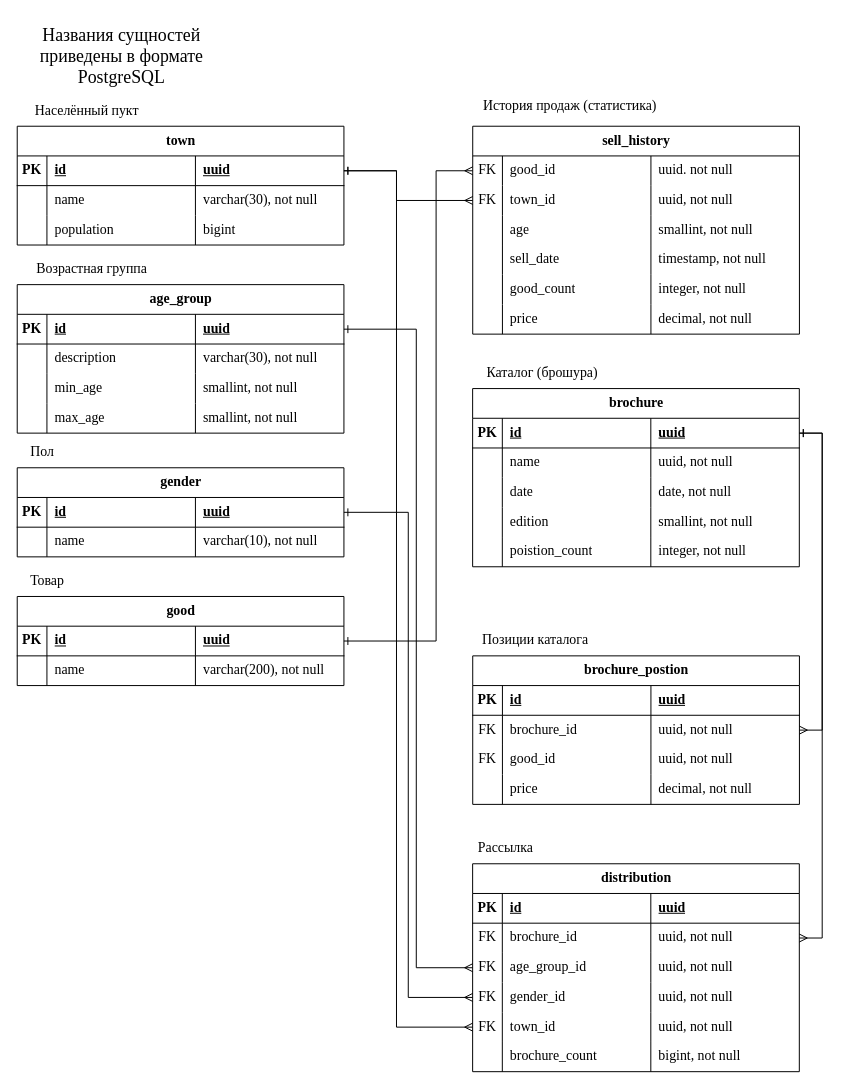
Above: page "ЛР2-Модель данных" (1 of 2) of Cataloguer/Resources/Схемы.drawio in VadimKarelov/Cataloguer (draw.io), before the change. Source tidied: cells renumbered, new cells numbered last; positions are measured from the earlier drawing's top-left corner, leaving out a move shared by most shapes. Both pictures are drawn from the tidied source at 99%, with x=0, y=0 at pixel (17, 17).
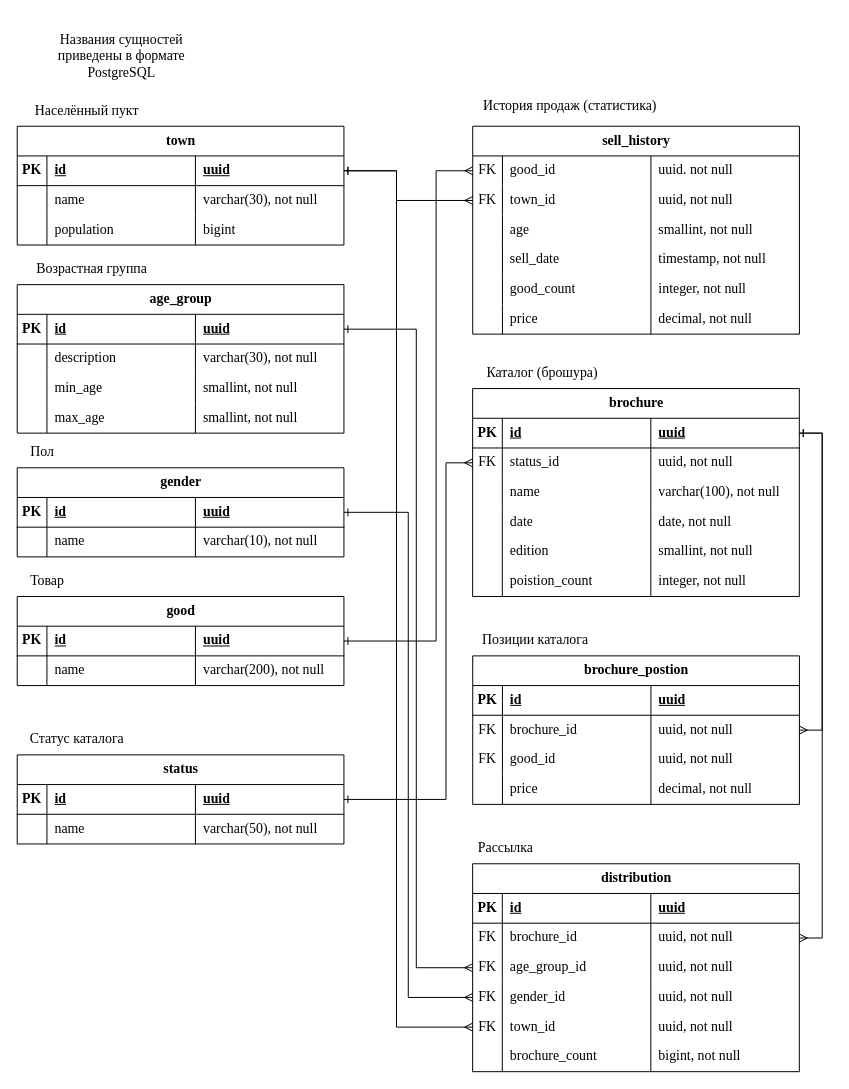
Above is the later version.

The edit, as a diff of the source:
```diff
@@
-    <mxCell id="19" value="&lt;font style=&quot;font-size: 18px;&quot;&gt;Названия сущностей &lt;br style=&quot;font-size: 18px;&quot;&gt;приведены в формате&lt;br style=&quot;font-size: 18px;&quot;&gt;PostgreSQL&lt;/font&gt;" style="text;html=1;align=center;verticalAlign=middle;strokeColor=none;fillColor=none;fontSize=18;fontFamily=Times New Roman;" parent="1" vertex="1">
-      <mxGeometry x="9.9" width="190" height="80" as="geometry" />
+    <mxCell id="19" value="&lt;font style=&quot;font-size: 14px;&quot;&gt;Названия сущностей &lt;br style=&quot;font-size: 14px;&quot;&gt;приведены в формате&lt;br style=&quot;font-size: 14px;&quot;&gt;PostgreSQL&lt;/font&gt;" style="text;html=1;align=center;verticalAlign=middle;strokeColor=none;fillColor=none;fontSize=14;fontFamily=Times New Roman;" parent="1" vertex="1">
+      <mxGeometry x="29.9" y="10" width="150" height="60" as="geometry" />
     </mxCell>
@@
     <mxCell id="76" value="brochure" style="shape=table;startSize=30;childLayout=tableLayout;rowLines=0;fontStyle=1;align=center;html=1;fontSize=14;fontFamily=Times New Roman;" parent="1" vertex="1">
-      <mxGeometry x="459.9" y="375" width="330" height="180" as="geometry" />
+      <mxGeometry x="459.9" y="375" width="330" height="210" as="geometry" />
     </mxCell>
@@
+    <mxCell id="154" style="shape=tableRow;horizontal=0;startSize=0;swimlaneHead=0;swimlaneBody=0;fillColor=none;points=[[0,0.5],[1,0.5]];portConstraint=eastwest;top=0;left=0;right=0;bottom=0;fontSize=14;fontFamily=Times New Roman;" parent="76" vertex="1">
+      <mxGeometry y="60" width="330" height="30" as="geometry" />
+    </mxCell>
+    <mxCell id="155" value="FK" style="shape=partialRectangle;fillColor=none;top=0;left=0;bottom=0;right=0;overflow=hidden;whiteSpace=wrap;html=1;fontSize=14;fontFamily=Times New Roman;" parent="154" vertex="1">
+      <mxGeometry width="30" height="30" as="geometry" />
+    </mxCell>
+    <mxCell id="156" value="status_id" style="shape=partialRectangle;fillColor=none;top=0;left=0;bottom=0;right=0;align=left;spacingLeft=6;overflow=hidden;whiteSpace=wrap;html=1;fontSize=14;fontFamily=Times New Roman;" parent="154" vertex="1">
+      <mxGeometry x="30" width="150" height="30" as="geometry" />
+    </mxCell>
+    <mxCell id="157" value="uuid, not null" style="shape=partialRectangle;fillColor=none;top=0;left=0;bottom=0;right=0;align=left;spacingLeft=6;overflow=hidden;whiteSpace=wrap;html=1;fontSize=14;fontFamily=Times New Roman;" parent="154" vertex="1">
+      <mxGeometry x="180" width="150" height="30" as="geometry" />
+    </mxCell>
     <mxCell id="81" style="shape=tableRow;horizontal=0;startSize=0;swimlaneHead=0;swimlaneBody=0;fillColor=none;top=0;left=0;right=0;bottom=0;fontSize=14;fontFamily=Times New Roman;" parent="76" vertex="1">
-      <mxGeometry y="60" width="330" height="30" as="geometry" />
+      <mxGeometry y="90" width="330" height="30" as="geometry" />
     </mxCell>
@@
-    <mxCell id="84" value="uuid, not null" style="shape=partialRectangle;fillColor=none;top=0;left=0;bottom=0;right=0;align=left;spacingLeft=6;overflow=hidden;whiteSpace=wrap;html=1;fontSize=14;fontFamily=Times New Roman;" parent="81" vertex="1">
+    <mxCell id="84" value="varchar(100), not null" style="shape=partialRectangle;fillColor=none;top=0;left=0;bottom=0;right=0;align=left;spacingLeft=6;overflow=hidden;whiteSpace=wrap;html=1;fontSize=14;fontFamily=Times New Roman;" parent="81" vertex="1">
       <mxGeometry x="180" width="150" height="30" as="geometry" />
     </mxCell>
     <mxCell id="85" style="shape=tableRow;horizontal=0;startSize=0;swimlaneHead=0;swimlaneBody=0;fillColor=none;top=0;left=0;right=0;bottom=0;fontSize=14;fontFamily=Times New Roman;" parent="76" vertex="1">
-      <mxGeometry y="90" width="330" height="30" as="geometry" />
+      <mxGeometry y="120" width="330" height="30" as="geometry" />
     </mxCell>
@@
     <mxCell id="89" style="shape=tableRow;horizontal=0;startSize=0;swimlaneHead=0;swimlaneBody=0;fillColor=none;top=0;left=0;right=0;bottom=0;fontSize=14;fontFamily=Times New Roman;" parent="76" vertex="1">
-      <mxGeometry y="120" width="330" height="30" as="geometry" />
+      <mxGeometry y="150" width="330" height="30" as="geometry" />
     </mxCell>
@@
     <mxCell id="93" style="shape=tableRow;horizontal=0;startSize=0;swimlaneHead=0;swimlaneBody=0;fillColor=none;top=0;left=0;right=0;bottom=0;fontSize=14;fontFamily=Times New Roman;" parent="76" vertex="1">
-      <mxGeometry y="150" width="330" height="30" as="geometry" />
+      <mxGeometry y="180" width="330" height="30" as="geometry" />
     </mxCell>
@@
+    <mxCell id="158" value="status" style="shape=table;startSize=30;childLayout=tableLayout;rowLines=0;fontStyle=1;align=center;html=1;fontSize=14;fontFamily=Times New Roman;" parent="1" vertex="1">
+      <mxGeometry x="-0.1" y="745" width="330" height="90" as="geometry" />
+    </mxCell>
+    <mxCell id="159" style="shape=tableRow;horizontal=0;startSize=0;swimlaneHead=0;swimlaneBody=0;fillColor=none;points=[[0,0.5],[1,0.5]];portConstraint=eastwest;top=0;left=0;right=0;bottom=1;fontSize=14;fontFamily=Times New Roman;" parent="158" vertex="1">
+      <mxGeometry y="30" width="330" height="30" as="geometry" />
+    </mxCell>
+    <mxCell id="160" value="PK" style="shape=partialRectangle;fillColor=none;top=0;left=0;bottom=0;right=0;fontStyle=1;overflow=hidden;whiteSpace=wrap;html=1;fontSize=14;fontFamily=Times New Roman;" parent="159" vertex="1">
+      <mxGeometry width="30" height="30" as="geometry" />
+    </mxCell>
+    <mxCell id="161" value="id" style="shape=partialRectangle;fillColor=none;top=0;left=0;bottom=0;right=0;align=left;spacingLeft=6;fontStyle=5;overflow=hidden;whiteSpace=wrap;html=1;fontSize=14;fontFamily=Times New Roman;" parent="159" vertex="1">
+      <mxGeometry x="30" width="150" height="30" as="geometry" />
+    </mxCell>
+    <mxCell id="162" value="uuid" style="shape=partialRectangle;fillColor=none;top=0;left=0;bottom=0;right=0;align=left;spacingLeft=6;fontStyle=5;overflow=hidden;whiteSpace=wrap;html=1;fontSize=14;fontFamily=Times New Roman;" parent="159" vertex="1">
+      <mxGeometry x="180" width="150" height="30" as="geometry" />
+    </mxCell>
+    <mxCell id="163" style="shape=tableRow;horizontal=0;startSize=0;swimlaneHead=0;swimlaneBody=0;fillColor=none;top=0;left=0;right=0;bottom=0;fontSize=14;fontFamily=Times New Roman;" parent="158" vertex="1">
+      <mxGeometry y="60" width="330" height="30" as="geometry" />
+    </mxCell>
+    <mxCell id="164" style="shape=partialRectangle;fillColor=none;top=0;left=0;bottom=0;right=0;overflow=hidden;whiteSpace=wrap;html=1;fontSize=14;fontFamily=Times New Roman;" parent="163" vertex="1">
+      <mxGeometry width="30" height="30" as="geometry" />
+    </mxCell>
+    <mxCell id="165" value="name" style="shape=partialRectangle;fillColor=none;top=0;left=0;bottom=0;right=0;align=left;spacingLeft=6;overflow=hidden;whiteSpace=wrap;html=1;fontSize=14;fontFamily=Times New Roman;" parent="163" vertex="1">
+      <mxGeometry x="30" width="150" height="30" as="geometry" />
+    </mxCell>
+    <mxCell id="166" value="varchar(50), not null" style="shape=partialRectangle;fillColor=none;top=0;left=0;bottom=0;right=0;align=left;spacingLeft=6;overflow=hidden;whiteSpace=wrap;html=1;fontSize=14;fontFamily=Times New Roman;" parent="163" vertex="1">
+      <mxGeometry x="180" width="150" height="30" as="geometry" />
+    </mxCell>
+    <mxCell id="167" style="edgeStyle=orthogonalEdgeStyle;rounded=0;jettySize=auto;html=1;exitX=0;exitY=0.5;exitDx=0;exitDy=0;entryX=1;entryY=0.5;entryDx=0;entryDy=0;endArrow=ERone;endFill=0;startArrow=ERmany;startFill=0;fontSize=14;fontFamily=Times New Roman;" parent="1" edge="1" source="154" target="159">
+      <mxGeometry relative="1" as="geometry">
+        <Array as="points">
+          <mxPoint x="433" y="450" />
+          <mxPoint x="433" y="790" />
+        </Array>
+      </mxGeometry>
+    </mxCell>
+    <mxCell id="168" value="Статус каталога" style="text;html=1;align=center;verticalAlign=middle;strokeColor=none;fillColor=none;fontSize=14;fontFamily=Times New Roman;" parent="1" vertex="1">
+      <mxGeometry x="-0.1" y="715" width="120" height="30" as="geometry" />
+    </mxCell>
```
